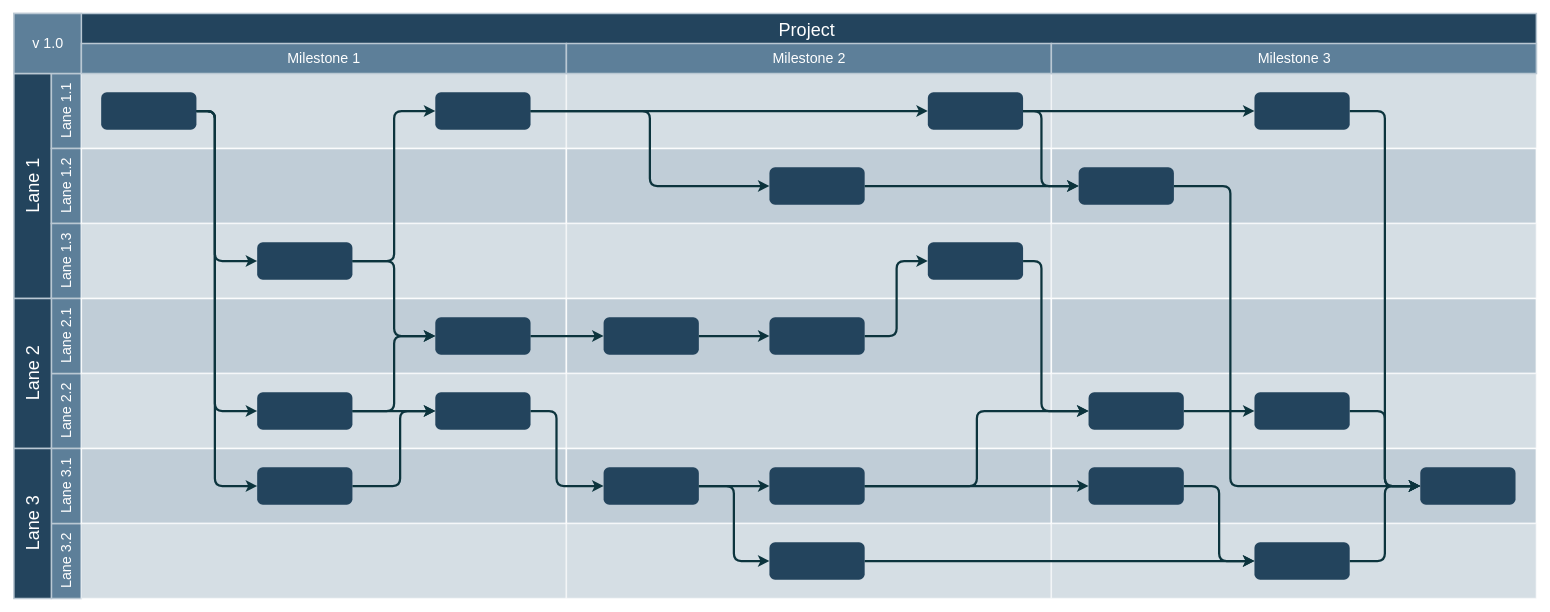
Above: 多模态.drawio in YuanFeis/drowio (draw.io), before the change. Source tidied: cells renumbered, new cells numbered last; positions are measured from the earlier drawing's top-left corner, leaving out a move shared by most shapes. Both pictures are drawn from the tidied source at 75%, with x=0, y=0 at pixel (14, 13).
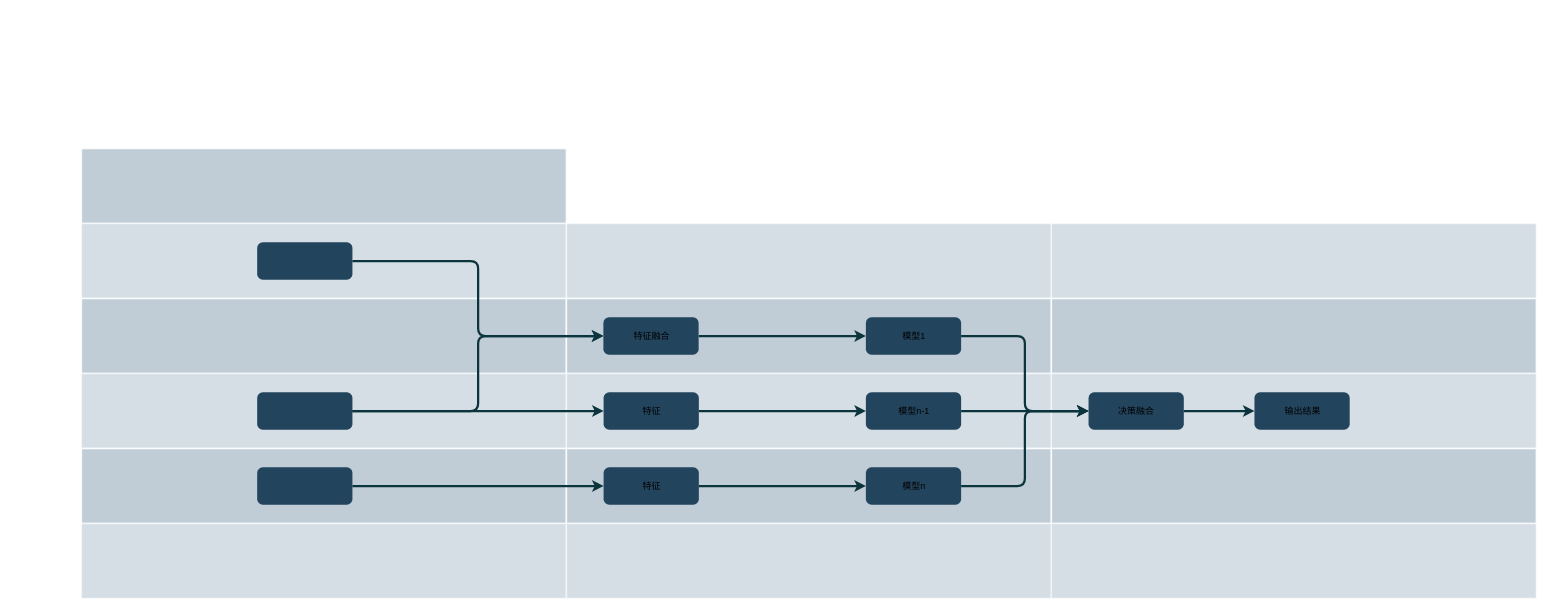
After the change.

Commit message (it also covers changes not shown here):
更新多模态.drawio

The change refers to these unchanged cells:
```xml
<mxCell id="38" style="rounded=1;fillColor=#23445D;strokeColor=none;strokeWidth=2;fontFamily=Helvetica;html=1;gradientColor=none;" parent="1" vertex="1">
  <mxGeometry x="324.4" y="305.5" width="127" height="50" as="geometry" />
</mxCell>
<mxCell id="41" style="rounded=1;fillColor=#23445D;strokeColor=none;strokeWidth=2;fontFamily=Helvetica;html=1;gradientColor=none;" parent="1" vertex="1">
  <mxGeometry x="324.4" y="605.5" width="127" height="50" as="geometry" />
</mxCell>
<mxCell id="42" style="rounded=1;fillColor=#23445D;strokeColor=none;strokeWidth=2;fontFamily=Helvetica;html=1;gradientColor=none;" parent="1" vertex="1">
  <mxGeometry x="324.4" y="505.5" width="127" height="50" as="geometry" />
</mxCell>
```

Diff of the diagram source:
```diff
@@
-    <mxCell id="2" value="Project&#10;" style="strokeColor=#BAC8D3;fillColor=#23445D;fontSize=24;strokeWidth=2;fontFamily=Helvetica;html=1;fontColor=#FFFFFF;fontStyle=0;spacingBottom=8;spacingRight=0;spacingLeft=83;" parent="1" vertex="1">
-      <mxGeometry y="0.5" width="2030" height="80" as="geometry" />
-    </mxCell>
-    <mxCell id="3" value="Lane 1" style="strokeColor=#BAC8D3;fillColor=#23445D;fontSize=24;strokeWidth=2;horizontal=0;fontFamily=Helvetica;html=1;fontColor=#FFFFFF;fontStyle=0;" parent="1" vertex="1">
-      <mxGeometry y="80.5" width="50" height="300" as="geometry" />
-    </mxCell>
-    <mxCell id="4" value="Lane 1.1" style="strokeColor=#BAC8D3;fillColor=#5d7f99;fontSize=19;strokeWidth=2;horizontal=0;fontFamily=Helvetica;html=1;labelBackgroundColor=none;fontColor=#FFFFFF;" parent="1" vertex="1">
-      <mxGeometry x="50" y="80.5" width="40" height="100" as="geometry" />
-    </mxCell>
-    <mxCell id="5" value="v 1.0" style="strokeColor=#BAC8D3;fillColor=#5d7f99;fontSize=19;strokeWidth=2;fontFamily=Helvetica;html=1;labelBackgroundColor=none;fontColor=#FFFFFF;" parent="1" vertex="1">
-      <mxGeometry y="0.5" width="90" height="80" as="geometry" />
-    </mxCell>
-    <mxCell id="6" value="Lane 1.2" style="strokeColor=#BAC8D3;fillColor=#5d7f99;fontSize=19;strokeWidth=2;horizontal=0;fontFamily=Helvetica;html=1;labelBackgroundColor=none;fontColor=#FFFFFF;" parent="1" vertex="1">
-      <mxGeometry x="50" y="180.5" width="40" height="100" as="geometry" />
-    </mxCell>
-    <mxCell id="7" value="Lane 1.3" style="strokeColor=#BAC8D3;fillColor=#5d7f99;fontSize=19;strokeWidth=2;horizontal=0;fontFamily=Helvetica;html=1;labelBackgroundColor=none;fontColor=#FFFFFF;" parent="1" vertex="1">
-      <mxGeometry x="50" y="280.5" width="40" height="100" as="geometry" />
-    </mxCell>
-    <mxCell id="8" value="Lane 2.2" style="strokeColor=#BAC8D3;fillColor=#5d7f99;fontSize=19;strokeWidth=2;horizontal=0;fontFamily=Helvetica;html=1;labelBackgroundColor=none;fontColor=#FFFFFF;" parent="1" vertex="1">
-      <mxGeometry x="50" y="480.5" width="40" height="100" as="geometry" />
-    </mxCell>
-    <mxCell id="9" value="Lane 2.1" style="strokeColor=#BAC8D3;fillColor=#5d7f99;fontSize=19;strokeWidth=2;horizontal=0;fontFamily=Helvetica;html=1;labelBackgroundColor=none;fontColor=#FFFFFF;" parent="1" vertex="1">
-      <mxGeometry x="50" y="380.5" width="40" height="100" as="geometry" />
-    </mxCell>
-    <mxCell id="10" value="Lane 2" style="strokeColor=#BAC8D3;fillColor=#23445D;fontSize=24;strokeWidth=2;horizontal=0;fontFamily=Helvetica;html=1;fontColor=#FFFFFF;fontStyle=0;" parent="1" vertex="1">
-      <mxGeometry y="380.5" width="50" height="200" as="geometry" />
-    </mxCell>
-    <mxCell id="11" value="Lane 3.2" style="strokeColor=#BAC8D3;fillColor=#5d7f99;fontSize=19;strokeWidth=2;horizontal=0;fontFamily=Helvetica;html=1;labelBackgroundColor=none;fontColor=#FFFFFF;" parent="1" vertex="1">
-      <mxGeometry x="50" y="680.5" width="40" height="100" as="geometry" />
-    </mxCell>
-    <mxCell id="12" value="Lane 3.1" style="strokeColor=#BAC8D3;fillColor=#5d7f99;fontSize=19;strokeWidth=2;horizontal=0;fontFamily=Helvetica;html=1;labelBackgroundColor=none;fontColor=#FFFFFF;" parent="1" vertex="1">
-      <mxGeometry x="50" y="580.5" width="40" height="100" as="geometry" />
-    </mxCell>
-    <mxCell id="13" value="Lane 3" style="strokeColor=#BAC8D3;fillColor=#23445D;fontSize=24;strokeWidth=2;horizontal=0;fontFamily=Helvetica;html=1;fontColor=#FFFFFF;fontStyle=0;" parent="1" vertex="1">
-      <mxGeometry y="580.5" width="50" height="200" as="geometry" />
-    </mxCell>
-    <mxCell id="14" style="strokeColor=#FFFFFF;fillColor=#BAC8D3;fontSize=18;strokeWidth=2;fontFamily=Helvetica;html=1;opacity=60;" parent="1" vertex="1">
-      <mxGeometry x="90" y="80.5" width="646.7" height="100" as="geometry" />
-    </mxCell>
@@
-    <mxCell id="21" style="strokeColor=#FFFFFF;fillColor=#BAC8D3;fontSize=18;strokeWidth=2;fontFamily=Helvetica;html=1;opacity=60;" parent="1" vertex="1">
-      <mxGeometry x="736.7" y="80.5" width="647" height="100" as="geometry" />
-    </mxCell>
-    <mxCell id="22" style="strokeColor=#FFFFFF;fillColor=#BAC8D3;fontSize=18;strokeWidth=2;fontFamily=Helvetica;html=1;opacity=90;" parent="1" vertex="1">
-      <mxGeometry x="736.7" y="180.5" width="646.7" height="100" as="geometry" />
-    </mxCell>
@@
-    <mxCell id="28" style="strokeColor=#FFFFFF;fillColor=#BAC8D3;fontSize=18;strokeWidth=2;fontFamily=Helvetica;html=1;opacity=60;" parent="1" vertex="1">
-      <mxGeometry x="1383.3" y="80.5" width="647" height="100" as="geometry" />
-    </mxCell>
-    <mxCell id="29" style="strokeColor=#FFFFFF;fillColor=#BAC8D3;fontSize=18;strokeWidth=2;fontFamily=Helvetica;html=1;opacity=90;" parent="1" vertex="1">
-      <mxGeometry x="1383.3" y="180.5" width="646.7" height="100" as="geometry" />
-    </mxCell>
@@
-    <mxCell id="35" style="edgeStyle=orthogonalEdgeStyle;rounded=1;jumpStyle=none;html=1;exitX=1;exitY=0.5;entryX=0;entryY=0.5;labelBackgroundColor=#ffffff;startArrow=none;startFill=0;endArrow=classic;jettySize=auto;strokeColor=#0C343D;strokeWidth=3;fontFamily=Helvetica;fontSize=11;fontColor=#000000;" parent="1" edge="1" source="36" target="38">
-      <mxGeometry relative="1" as="geometry">
-        <Array as="points">
-          <mxPoint x="268" y="130.5" />
-          <mxPoint x="268" y="330.5" />
-        </Array>
-      </mxGeometry>
-    </mxCell>
-    <mxCell id="36" style="rounded=1;fillColor=#23445D;strokeColor=none;strokeWidth=2;fontFamily=Helvetica;html=1;gradientColor=none;" parent="1" vertex="1">
-      <mxGeometry x="116.4" y="105.5" width="127" height="50" as="geometry" />
-    </mxCell>
-    <mxCell id="37" style="rounded=1;fillColor=#23445D;strokeColor=none;strokeWidth=2;fontFamily=Helvetica;html=1;gradientColor=none;" parent="1" vertex="1">
-      <mxGeometry x="561.9" y="105.5" width="127" height="50" as="geometry" />
-    </mxCell>
@@
-    <mxCell id="39" style="rounded=1;fillColor=#23445D;strokeColor=none;strokeWidth=2;fontFamily=Helvetica;html=1;gradientColor=none;" parent="1" vertex="1">
-      <mxGeometry x="561.9" y="405.5" width="127" height="50" as="geometry" />
+    <mxCell id="39" value="特征融合" style="rounded=1;fillColor=#23445D;strokeColor=none;strokeWidth=2;fontFamily=Helvetica;html=1;gradientColor=none;" parent="1" vertex="1">
+      <mxGeometry x="786" y="405.5" width="127" height="50" as="geometry" />
     </mxCell>
-    <mxCell id="40" style="rounded=1;fillColor=#23445D;strokeColor=none;strokeWidth=2;fontFamily=Helvetica;html=1;gradientColor=none;" parent="1" vertex="1">
-      <mxGeometry x="561.9" y="505.5" width="127" height="50" as="geometry" />
+    <mxCell id="40" value="特征" style="rounded=1;fillColor=#23445D;strokeColor=none;strokeWidth=2;fontFamily=Helvetica;html=1;gradientColor=none;" parent="1" vertex="1">
+      <mxGeometry x="786.3" y="505.5" width="127" height="50" as="geometry" />
     </mxCell>
@@
-    <mxCell id="43" style="rounded=1;fillColor=#23445D;strokeColor=none;strokeWidth=2;fontFamily=Helvetica;html=1;gradientColor=none;" parent="1" vertex="1">
-      <mxGeometry x="1007.4" y="205.5" width="127" height="50" as="geometry" />
-    </mxCell>
-    <mxCell id="44" style="rounded=1;fillColor=#23445D;strokeColor=none;strokeWidth=2;fontFamily=Helvetica;html=1;gradientColor=none;" parent="1" vertex="1">
-      <mxGeometry x="1218.6" y="105.5" width="127" height="50" as="geometry" />
-    </mxCell>
-    <mxCell id="45" style="rounded=1;fillColor=#23445D;strokeColor=none;strokeWidth=2;gradientColor=none;fontFamily=Helvetica;html=1;" parent="1" vertex="1">
-      <mxGeometry x="1875.2" y="605.5" width="127" height="50" as="geometry" />
-    </mxCell>
-    <mxCell id="46" style="rounded=1;fillColor=#23445D;strokeColor=none;strokeWidth=2;fontFamily=Helvetica;html=1;gradientColor=none;" parent="1" vertex="1">
-      <mxGeometry x="1007.4" y="405.5" width="127" height="50" as="geometry" />
+    <mxCell id="46" value="模型1" style="rounded=1;fillColor=#23445D;strokeColor=none;strokeWidth=2;fontFamily=Helvetica;html=1;gradientColor=none;" parent="1" vertex="1">
+      <mxGeometry x="1136" y="405.5" width="127" height="50" as="geometry" />
     </mxCell>
-    <mxCell id="47" style="rounded=1;fillColor=#23445D;strokeColor=none;strokeWidth=2;fontFamily=Helvetica;html=1;gradientColor=none;" parent="1" vertex="1">
-      <mxGeometry x="1007.4" y="705.5" width="127" height="50" as="geometry" />
+    <mxCell id="47" value="模型n" style="rounded=1;fillColor=#23445D;strokeColor=none;strokeWidth=2;fontFamily=Helvetica;html=1;gradientColor=none;" parent="1" vertex="1">
+      <mxGeometry x="1136" y="605.5" width="127" height="50" as="geometry" />
     </mxCell>
-    <mxCell id="48" style="rounded=1;fillColor=#23445D;strokeColor=none;strokeWidth=2;fontFamily=Helvetica;html=1;gradientColor=none;" parent="1" vertex="1">
+    <mxCell id="48" value="特征" style="rounded=1;fillColor=#23445D;strokeColor=none;strokeWidth=2;fontFamily=Helvetica;html=1;gradientColor=none;" parent="1" vertex="1">
       <mxGeometry x="786.3" y="605.5" width="127" height="50" as="geometry" />
     </mxCell>
-    <mxCell id="49" style="rounded=1;fillColor=#23445D;strokeColor=none;strokeWidth=2;fontFamily=Helvetica;html=1;gradientColor=none;" parent="1" vertex="1">
-      <mxGeometry x="1007.4" y="605.5" width="127" height="50" as="geometry" />
+    <mxCell id="49" value="模型n-1" style="rounded=1;fillColor=#23445D;strokeColor=none;strokeWidth=2;fontFamily=Helvetica;html=1;gradientColor=none;" parent="1" vertex="1">
+      <mxGeometry x="1136" y="505.5" width="127" height="50" as="geometry" />
     </mxCell>
-    <mxCell id="50" style="rounded=1;fillColor=#23445D;strokeColor=none;strokeWidth=2;fontFamily=Helvetica;html=1;gradientColor=none;" parent="1" vertex="1">
-      <mxGeometry x="786.3" y="405.5" width="127" height="50" as="geometry" />
-    </mxCell>
-    <mxCell id="51" style="rounded=1;fillColor=#23445D;strokeColor=none;strokeWidth=2;fontFamily=Helvetica;html=1;gradientColor=none;" parent="1" vertex="1">
-      <mxGeometry x="1218.6" y="305.5" width="127" height="50" as="geometry" />
-    </mxCell>
-    <mxCell id="52" style="rounded=1;fillColor=#23445D;strokeColor=none;strokeWidth=2;gradientColor=none;fontFamily=Helvetica;html=1;" parent="1" vertex="1">
+    <mxCell id="52" value="决策融合" style="rounded=1;fillColor=#23445D;strokeColor=none;strokeWidth=2;gradientColor=none;fontFamily=Helvetica;html=1;" parent="1" vertex="1">
       <mxGeometry x="1432.9" y="505.5" width="127" height="50" as="geometry" />
     </mxCell>
-    <mxCell id="53" style="rounded=1;fillColor=#23445D;strokeColor=none;strokeWidth=2;gradientColor=none;fontFamily=Helvetica;html=1;" parent="1" vertex="1">
+    <mxCell id="53" value="输出结果" style="rounded=1;fillColor=#23445D;strokeColor=none;strokeWidth=2;gradientColor=none;fontFamily=Helvetica;html=1;" parent="1" vertex="1">
       <mxGeometry x="1654.1" y="505.5" width="127" height="50" as="geometry" />
     </mxCell>
-    <mxCell id="54" style="rounded=1;fillColor=#23445D;strokeColor=none;strokeWidth=2;gradientColor=none;fontFamily=Helvetica;html=1;" parent="1" vertex="1">
-      <mxGeometry x="1419.7" y="205.5" width="127" height="50" as="geometry" />
-    </mxCell>
-    <mxCell id="55" style="rounded=1;fillColor=#23445D;strokeColor=none;strokeWidth=2;gradientColor=none;fontFamily=Helvetica;html=1;" parent="1" vertex="1">
-      <mxGeometry x="1432.9" y="605.5" width="127" height="50" as="geometry" />
-    </mxCell>
-    <mxCell id="56" style="rounded=1;fillColor=#23445D;strokeColor=none;strokeWidth=2;gradientColor=none;fontFamily=Helvetica;html=1;" parent="1" vertex="1">
-      <mxGeometry x="1654.1" y="705.5" width="127" height="50" as="geometry" />
-    </mxCell>
-    <mxCell id="57" style="rounded=1;fillColor=#23445D;strokeColor=none;strokeWidth=2;gradientColor=none;fontFamily=Helvetica;html=1;" parent="1" vertex="1">
-      <mxGeometry x="1654.1" y="105.5" width="127" height="50" as="geometry" />
-    </mxCell>
-    <mxCell id="58" style="edgeStyle=elbowEdgeStyle;elbow=horizontal;strokeWidth=3;strokeColor=#0C343D;fontFamily=Helvetica;html=1;" parent="1" edge="1" source="36" target="42">
-      <mxGeometry x="6.4" y="830.5" as="geometry">
-        <Array as="points">
-          <mxPoint x="268" y="343.5" />
-        </Array>
-      </mxGeometry>
-    </mxCell>
-    <mxCell id="59" style="edgeStyle=elbowEdgeStyle;elbow=horizontal;strokeWidth=3;strokeColor=#0C343D;fontFamily=Helvetica;html=1;" parent="1" edge="1" source="36" target="41">
-      <mxGeometry x="6.4" y="830.5" as="geometry">
-        <Array as="points">
-          <mxPoint x="268" y="252.5" />
-        </Array>
-      </mxGeometry>
-    </mxCell>
-    <mxCell id="60" style="edgeStyle=elbowEdgeStyle;elbow=horizontal;strokeWidth=3;strokeColor=#0C343D;fontFamily=Helvetica;html=1;" parent="1" edge="1" source="38" target="37">
-      <mxGeometry x="6.4" y="830.5" as="geometry" />
-    </mxCell>
@@
-    <mxCell id="64" style="edgeStyle=elbowEdgeStyle;elbow=horizontal;strokeWidth=3;strokeColor=#0C343D;fontFamily=Helvetica;html=1;" parent="1" edge="1" source="41" target="40">
-      <mxGeometry x="6.4" y="830.5" as="geometry">
-        <Array as="points">
-          <mxPoint x="515" y="584.5" />
-        </Array>
-      </mxGeometry>
-    </mxCell>
-    <mxCell id="65" style="edgeStyle=elbowEdgeStyle;elbow=horizontal;strokeWidth=3;strokeColor=#0C343D;fontFamily=Helvetica;html=1;" parent="1" edge="1" source="37" target="43">
-      <mxGeometry x="6.4" y="830.5" as="geometry" />
-    </mxCell>
-    <mxCell id="66" style="edgeStyle=elbowEdgeStyle;elbow=horizontal;strokeWidth=3;strokeColor=#0C343D;fontFamily=Helvetica;html=1;" parent="1" edge="1" source="39" target="50">
-      <mxGeometry x="6.4" y="830.5" as="geometry" />
-    </mxCell>
-    <mxCell id="67" style="edgeStyle=elbowEdgeStyle;elbow=horizontal;strokeWidth=3;strokeColor=#0C343D;fontFamily=Helvetica;html=1;" parent="1" edge="1" source="50" target="46">
-      <mxGeometry x="6.4" y="830.5" as="geometry" />
+    <mxCell id="67" style="edgeStyle=elbowEdgeStyle;elbow=horizontal;strokeWidth=3;strokeColor=#0C343D;fontFamily=Helvetica;html=1;" parent="1" edge="1" target="46">
+      <mxGeometry x="6.4" y="830.5" as="geometry">
+        <mxPoint x="913.3" y="430.5" as="sourcePoint" />
+      </mxGeometry>
     </mxCell>
-    <mxCell id="68" style="edgeStyle=elbowEdgeStyle;elbow=horizontal;strokeWidth=3;strokeColor=#0C343D;fontFamily=Helvetica;html=1;" parent="1" edge="1" source="37" target="44">
-      <mxGeometry x="6.4" y="830.5" as="geometry" />
-    </mxCell>
-    <mxCell id="69" style="edgeStyle=elbowEdgeStyle;elbow=horizontal;strokeWidth=3;strokeColor=#0C343D;fontFamily=Helvetica;html=1;" parent="1" edge="1" source="40" target="48">
-      <mxGeometry x="6.4" y="830.5" as="geometry">
-        <Array as="points">
-          <mxPoint x="723.5" y="580.5" />
-        </Array>
-      </mxGeometry>
-    </mxCell>
-    <mxCell id="70" style="edgeStyle=elbowEdgeStyle;elbow=horizontal;strokeWidth=3;strokeColor=#0C343D;fontFamily=Helvetica;html=1;" parent="1" edge="1" source="48" target="49">
+    <mxCell id="70" style="edgeStyle=elbowEdgeStyle;elbow=horizontal;strokeWidth=3;strokeColor=#0C343D;fontFamily=Helvetica;html=1;exitX=1;exitY=0.5;exitDx=0;exitDy=0;" parent="1" edge="1" source="40" target="49">
       <mxGeometry x="6.4" y="830.5" as="geometry" />
     </mxCell>
@@
-    <mxCell id="72" style="edgeStyle=elbowEdgeStyle;elbow=horizontal;strokeWidth=3;strokeColor=#0C343D;fontFamily=Helvetica;html=1;" parent="1" edge="1" source="47" target="56">
-      <mxGeometry x="6.4" y="830.5" as="geometry" />
-    </mxCell>
-    <mxCell id="73" style="edgeStyle=elbowEdgeStyle;elbow=horizontal;strokeWidth=3;strokeColor=#0C343D;fontFamily=Helvetica;html=1;" parent="1" edge="1" source="56" target="45">
-      <mxGeometry x="6.4" y="830.5" as="geometry" />
-    </mxCell>
-    <mxCell id="74" style="edgeStyle=elbowEdgeStyle;elbow=horizontal;strokeWidth=3;strokeColor=#0C343D;fontFamily=Helvetica;html=1;" parent="1" edge="1" source="54" target="45">
-      <mxGeometry x="6.4" y="830.5" as="geometry">
-        <Array as="points">
-          <mxPoint x="1622" y="430.5" />
-        </Array>
-      </mxGeometry>
-    </mxCell>
-    <mxCell id="75" style="edgeStyle=elbowEdgeStyle;elbow=horizontal;strokeWidth=3;strokeColor=#0C343D;fontFamily=Helvetica;html=1;" parent="1" edge="1" source="55" target="56">
-      <mxGeometry x="6.4" y="830.5" as="geometry" />
-    </mxCell>
@@
-    <mxCell id="77" style="edgeStyle=elbowEdgeStyle;elbow=horizontal;strokeWidth=3;strokeColor=#0C343D;fontFamily=Helvetica;html=1;" parent="1" edge="1" source="49" target="55">
+    <mxCell id="77" style="edgeStyle=elbowEdgeStyle;elbow=horizontal;strokeWidth=3;strokeColor=#0C343D;fontFamily=Helvetica;html=1;exitX=1;exitY=0.5;exitDx=0;exitDy=0;entryX=0;entryY=0.5;entryDx=0;entryDy=0;" parent="1" edge="1" source="47" target="52">
       <mxGeometry x="6.4" y="830.5" as="geometry" />
     </mxCell>
-    <mxCell id="78" style="edgeStyle=elbowEdgeStyle;elbow=horizontal;strokeWidth=3;strokeColor=#0C343D;fontFamily=Helvetica;html=1;" parent="1" edge="1" source="46" target="51">
-      <mxGeometry x="6.4" y="830.5" as="geometry" />
-    </mxCell>
-    <mxCell id="79" style="edgeStyle=elbowEdgeStyle;elbow=horizontal;strokeWidth=3;strokeColor=#0C343D;fontFamily=Helvetica;html=1;" parent="1" edge="1" source="43" target="54">
-      <mxGeometry x="6.4" y="830.5" as="geometry" />
-    </mxCell>
-    <mxCell id="80" style="edgeStyle=elbowEdgeStyle;elbow=horizontal;strokeWidth=3;strokeColor=#0C343D;fontFamily=Helvetica;html=1;" parent="1" edge="1" source="44" target="54">
-      <mxGeometry x="6.4" y="830.5" as="geometry">
-        <Array as="points">
-          <mxPoint x="1370.1" y="180.5" />
-        </Array>
-      </mxGeometry>
-    </mxCell>
-    <mxCell id="81" style="edgeStyle=elbowEdgeStyle;elbow=horizontal;strokeWidth=3;strokeColor=#0C343D;fontFamily=Helvetica;html=1;" parent="1" edge="1" source="44" target="57">
-      <mxGeometry x="6.4" y="830.5" as="geometry" />
-    </mxCell>
-    <mxCell id="82" style="edgeStyle=elbowEdgeStyle;elbow=horizontal;strokeWidth=3;strokeColor=#0C343D;fontFamily=Helvetica;html=1;" parent="1" edge="1" source="57" target="45">
-      <mxGeometry x="6.4" y="830.5" as="geometry" />
-    </mxCell>
-    <mxCell id="83" style="edgeStyle=elbowEdgeStyle;elbow=horizontal;strokeWidth=3;strokeColor=#0C343D;fontFamily=Helvetica;html=1;" parent="1" edge="1" source="53" target="45">
-      <mxGeometry x="6.4" y="830.5" as="geometry" />
-    </mxCell>
@@
-    <mxCell id="85" style="edgeStyle=elbowEdgeStyle;elbow=horizontal;strokeWidth=3;strokeColor=#0C343D;fontFamily=Helvetica;html=1;" parent="1" edge="1" source="51" target="52">
-      <mxGeometry x="6.4" y="830.5" as="geometry">
-        <Array as="points">
-          <mxPoint x="1370.1" y="430.5" />
-        </Array>
-      </mxGeometry>
+    <mxCell id="85" style="edgeStyle=elbowEdgeStyle;elbow=horizontal;strokeWidth=3;strokeColor=#0C343D;fontFamily=Helvetica;html=1;exitX=1;exitY=0.5;exitDx=0;exitDy=0;" parent="1" edge="1" source="46" target="52">
+      <mxGeometry x="6.4" y="830.5" as="geometry" />
     </mxCell>
-    <mxCell id="86" style="group;" parent="1" vertex="1">
-      <mxGeometry x="90" y="40.5" width="646.7" height="40" as="geometry" />
-    </mxCell>
-    <mxCell id="87" value="Milestone 1" style="strokeColor=#BAC8D3;fillColor=#5d7f99;fontSize=19;strokeWidth=2;fontFamily=Helvetica;html=1;labelBackgroundColor=none;fontColor=#FFFFFF;" parent="86" vertex="1">
-      <mxGeometry width="646.7" height="40" as="geometry" />
-    </mxCell>
-    <mxCell id="88" value="Milestone 2" style="strokeColor=#BAC8D3;fillColor=#5d7f99;fontSize=19;strokeWidth=2;fontFamily=Helvetica;html=1;labelBackgroundColor=none;fontColor=#FFFFFF;" parent="86" vertex="1">
-      <mxGeometry x="646.7" width="646.7" height="40" as="geometry" />
-    </mxCell>
-    <mxCell id="89" value="Milestone 3" style="strokeColor=#BAC8D3;fillColor=#5d7f99;fontSize=19;strokeWidth=2;fontFamily=Helvetica;html=1;labelBackgroundColor=none;fontColor=#FFFFFF;" parent="86" vertex="1">
-      <mxGeometry x="1293.3" width="646.7" height="40" as="geometry" />
-    </mxCell>
+    <mxCell id="90" style="edgeStyle=elbowEdgeStyle;elbow=horizontal;strokeWidth=3;strokeColor=#0C343D;fontFamily=Helvetica;html=1;exitX=1;exitY=0.5;exitDx=0;exitDy=0;entryX=0;entryY=0.5;entryDx=0;entryDy=0;" parent="1" edge="1" source="41" target="48">
+      <mxGeometry x="16.4" y="840.5" as="geometry" />
+    </mxCell>
```
